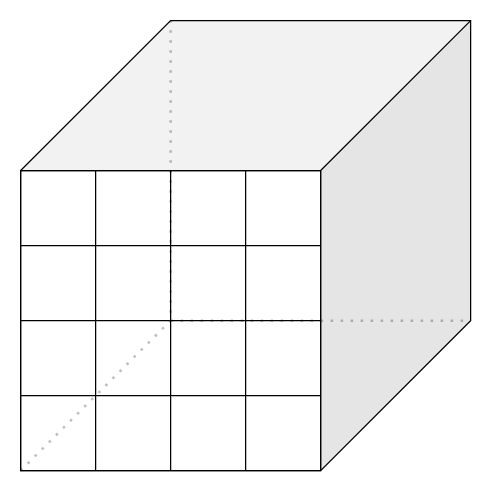
SlatanEnLexSemester4/Data-Warehousing-en-Business-Intelligence keeps this draw.io diagram as DW_Cube.drawio. Above is the earlier version. Source tidied: cells renumbered, new cells numbered last; positions are measured from the earlier drawing's top-left corner, leaving out a move shared by most shapes. Both pictures are drawn from the tidied source at 125%, with x=0, y=0 at pixel (20, 20).
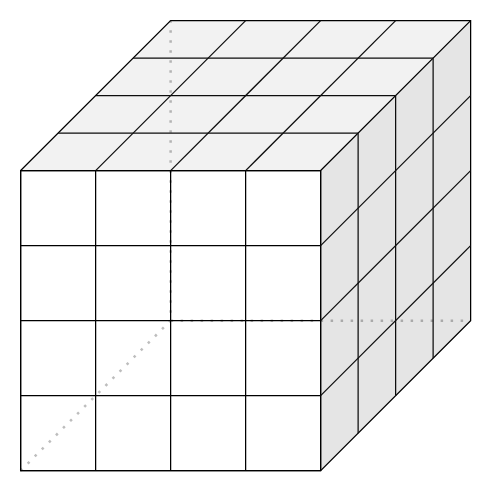
The same diagram, later.

Commit message:
Raw Cube Ready

The edit, as a diff of the source:
```diff
@@
+    <mxCell id="26" style="endArrow=none;html=1;shadow=0;strokeColor=#0D0D0D;" parent="1" edge="1">
+      <mxGeometry relative="1" as="geometry">
+        <mxPoint x="270" y="330" as="sourcePoint" />
+        <mxPoint x="270" y="90" as="targetPoint" />
+      </mxGeometry>
+    </mxCell>
+    <mxCell id="27" style="endArrow=none;html=1;shadow=0;strokeColor=#0D0D0D;" parent="1" edge="1">
+      <mxGeometry relative="1" as="geometry">
+        <mxPoint x="330" y="270" as="sourcePoint" />
+        <mxPoint x="330" y="30" as="targetPoint" />
+      </mxGeometry>
+    </mxCell>
+    <mxCell id="28" style="endArrow=none;html=1;shadow=0;strokeColor=#0D0D0D;" parent="1" edge="1">
+      <mxGeometry relative="1" as="geometry">
+        <mxPoint x="270" y="90" as="sourcePoint" />
+        <mxPoint x="30" y="90" as="targetPoint" />
+      </mxGeometry>
+    </mxCell>
+    <mxCell id="29" style="endArrow=none;html=1;shadow=0;strokeColor=#0D0D0D;" parent="1" edge="1">
+      <mxGeometry relative="1" as="geometry">
+        <mxPoint x="300" y="300" as="sourcePoint" />
+        <mxPoint x="300" y="60" as="targetPoint" />
+      </mxGeometry>
+    </mxCell>
+    <mxCell id="30" style="endArrow=none;html=1;shadow=0;strokeColor=#0D0D0D;" parent="1" edge="1">
+      <mxGeometry relative="1" as="geometry">
+        <mxPoint x="300" y="60" as="sourcePoint" />
+        <mxPoint x="60" y="60" as="targetPoint" />
+      </mxGeometry>
+    </mxCell>
+    <mxCell id="31" style="endArrow=none;html=1;shadow=0;strokeColor=#0D0D0D;" parent="1" edge="1">
+      <mxGeometry relative="1" as="geometry">
+        <mxPoint x="330" y="30" as="sourcePoint" />
+        <mxPoint x="90" y="30" as="targetPoint" />
+      </mxGeometry>
+    </mxCell>
+    <mxCell id="32" style="endArrow=none;html=1;shadow=0;strokeColor=#0D0D0D;" parent="1" edge="1">
+      <mxGeometry relative="1" as="geometry">
+        <mxPoint x="180" as="sourcePoint" />
+        <mxPoint x="60" y="120" as="targetPoint" />
+      </mxGeometry>
+    </mxCell>
+    <mxCell id="33" style="endArrow=none;html=1;shadow=0;strokeColor=#0D0D0D;" parent="1" edge="1">
+      <mxGeometry relative="1" as="geometry">
+        <mxPoint x="240" as="sourcePoint" />
+        <mxPoint x="120" y="120" as="targetPoint" />
+      </mxGeometry>
+    </mxCell>
+    <mxCell id="34" style="endArrow=none;html=1;shadow=0;strokeColor=#0D0D0D;" parent="1" edge="1">
+      <mxGeometry relative="1" as="geometry">
+        <mxPoint x="300" as="sourcePoint" />
+        <mxPoint x="180" y="120" as="targetPoint" />
+      </mxGeometry>
+    </mxCell>
+    <mxCell id="35" style="endArrow=none;html=1;shadow=0;strokeColor=#0D0D0D;" parent="1" edge="1">
+      <mxGeometry relative="1" as="geometry">
+        <mxPoint x="360" y="60" as="sourcePoint" />
+        <mxPoint x="240" y="180" as="targetPoint" />
+      </mxGeometry>
+    </mxCell>
+    <mxCell id="36" style="endArrow=none;html=1;shadow=0;strokeColor=#0D0D0D;" parent="1" edge="1">
+      <mxGeometry relative="1" as="geometry">
+        <mxPoint x="360" y="120" as="sourcePoint" />
+        <mxPoint x="240" y="240" as="targetPoint" />
+      </mxGeometry>
+    </mxCell>
+    <mxCell id="37" style="endArrow=none;html=1;shadow=0;strokeColor=#0D0D0D;" parent="1" edge="1">
+      <mxGeometry relative="1" as="geometry">
+        <mxPoint x="360" y="180" as="sourcePoint" />
+        <mxPoint x="240" y="300" as="targetPoint" />
+      </mxGeometry>
+    </mxCell>
```
